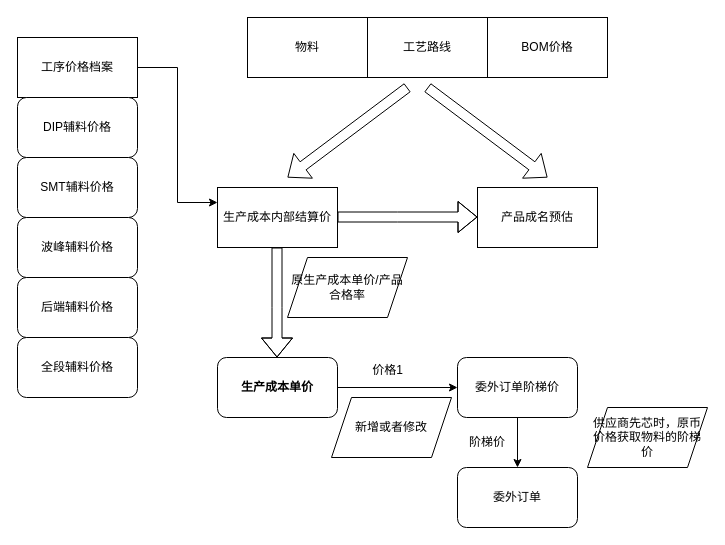
zckyuwang/spring-cloud-master keeps this draw.io diagram as xxx.drawio. Above is the earlier version. Source tidied: cells renumbered, new cells numbered last; positions are measured from the earlier drawing's top-left corner, leaving out a move shared by most shapes. Both pictures are drawn from the tidied source at 100%, with x=0, y=0 at pixel (17, 17).
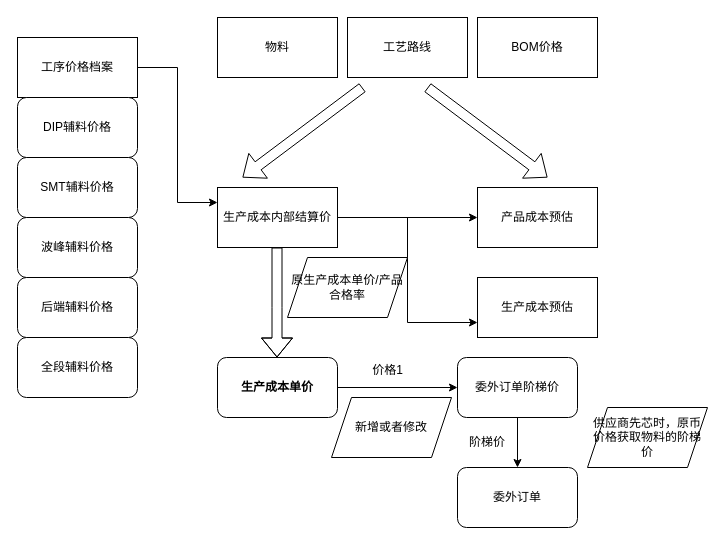
After the change.

Unchanged cells that the change refers to:
```xml
<mxCell id="6" value="生产成本内部结算价" style="rounded=0;whiteSpace=wrap;html=1;" parent="1" vertex="1">
  <mxGeometry x="200" y="170" width="120" height="60" as="geometry" />
</mxCell>
```

Change to the diagram source:
```diff
@@
+    <mxCell id="28" style="edgeStyle=orthogonalEdgeStyle;rounded=0;jettySize=auto;html=1;" parent="1" edge="1" source="6" target="18">
+      <mxGeometry relative="1" as="geometry" />
+    </mxCell>
+    <mxCell id="29" style="edgeStyle=orthogonalEdgeStyle;rounded=0;jettySize=auto;html=1;entryX=0;entryY=0.75;entryDx=0;entryDy=0;" parent="1" edge="1" source="6" target="30">
+      <mxGeometry relative="1" as="geometry" />
+    </mxCell>
@@
     <mxCell id="7" value="物料" style="whiteSpace=wrap;html=1;" parent="1" vertex="1">
-      <mxGeometry x="230" width="120" height="60" as="geometry" />
+      <mxGeometry x="200" width="120" height="60" as="geometry" />
     </mxCell>
     <mxCell id="8" value="工艺路线" style="whiteSpace=wrap;html=1;" parent="1" vertex="1">
-      <mxGeometry x="350" width="120" height="60" as="geometry" />
+      <mxGeometry x="330" width="120" height="60" as="geometry" />
     </mxCell>
@@
-    <mxCell id="17" style="shape=flexArrow;endArrow=classic;html=1;rounded=0;" parent="1" edge="1">
-      <mxGeometry relative="1" as="geometry">
-        <mxPoint x="320" y="199.5" as="sourcePoint" />
-        <mxPoint x="460" y="199.5" as="targetPoint" />
-        <Array as="points">
-          <mxPoint x="380" y="199.5" />
-        </Array>
-      </mxGeometry>
-    </mxCell>
-    <mxCell id="18" value="产品成名预估" style="rounded=0;whiteSpace=wrap;html=1;" parent="1" vertex="1">
+    <mxCell id="18" value="产品成本预估" style="rounded=0;whiteSpace=wrap;html=1;" parent="1" vertex="1">
       <mxGeometry x="460" y="170" width="120" height="60" as="geometry" />
     </mxCell>
     <mxCell id="19" value="BOM价格" style="rounded=0;whiteSpace=wrap;html=1;" parent="1" vertex="1">
-      <mxGeometry x="470" width="120" height="60" as="geometry" />
+      <mxGeometry x="460" width="120" height="60" as="geometry" />
     </mxCell>
@@
     <mxCell id="25" style="shape=flexArrow;endArrow=classic;html=1;rounded=0;" parent="1" edge="1">
       <mxGeometry relative="1" as="geometry">
-        <mxPoint x="390" y="70" as="sourcePoint" />
-        <mxPoint x="270" y="160" as="targetPoint" />
+        <mxPoint x="345" y="70" as="sourcePoint" />
+        <mxPoint x="225" y="160" as="targetPoint" />
       </mxGeometry>
     </mxCell>
@@
+    <mxCell id="30" value="生产成本预估" style="rounded=0;whiteSpace=wrap;html=1;" parent="1" vertex="1">
+      <mxGeometry x="460" y="260" width="120" height="60" as="geometry" />
+    </mxCell>
```
